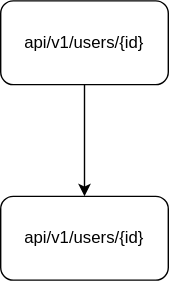
Before: website/firebase_mongodb_nodejs/api_flow/get_user_id.drawio.svg, a diagram exported from draw.io (rospisey/fullstack). Source tidied: cells renumbered, new cells last; positions are measured from the earlier drawing's top-left corner, leaving out a move shared by most shapes.
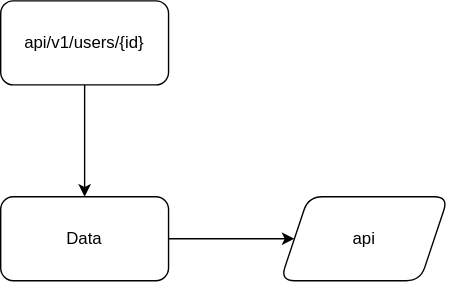
The same file after the commit.

The edit, as a diff of the source:
```diff
@@ -8,8 +8,14 @@
     <mxCell id="3" value="api/v1/users/{id}" style="rounded=1;whiteSpace=wrap;html=1;" parent="1" vertex="1">
       <mxGeometry width="120" height="60" as="geometry" />
     </mxCell>
+    <mxCell id="5" style="edgeStyle=orthogonalEdgeStyle;rounded=0;jettySize=auto;html=1;" parent="1" edge="1" source="4" target="6">
+      <mxGeometry relative="1" as="geometry" />
+    </mxCell>
-    <mxCell id="4" value="api/v1/users/{id}" style="rounded=1;whiteSpace=wrap;html=1;" parent="1" vertex="1">
+    <mxCell id="4" value="Data" style="rounded=1;whiteSpace=wrap;html=1;" parent="1" vertex="1">
       <mxGeometry y="140" width="120" height="60" as="geometry" />
     </mxCell>
+    <mxCell id="6" value="api" style="shape=parallelogram;perimeter=parallelogramPerimeter;whiteSpace=wrap;html=1;fixedSize=1;rounded=1;" parent="1" vertex="1">
+      <mxGeometry x="200" y="140" width="120" height="60" as="geometry" />
+    </mxCell>
   </root>
 </mxGraphModel>
```
